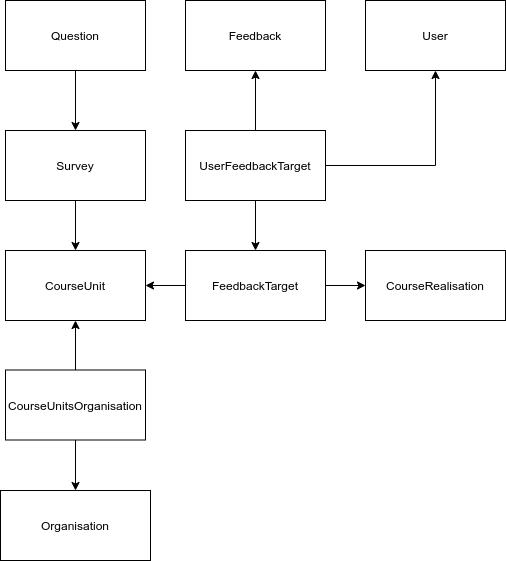
Before: database_schema.png, a diagram exported from draw.io (UniversityOfHelsinkiCS/palaute). Source tidied: cells renumbered, new cells last; positions are measured from the earlier drawing's top-left corner, leaving out a move shared by most shapes.
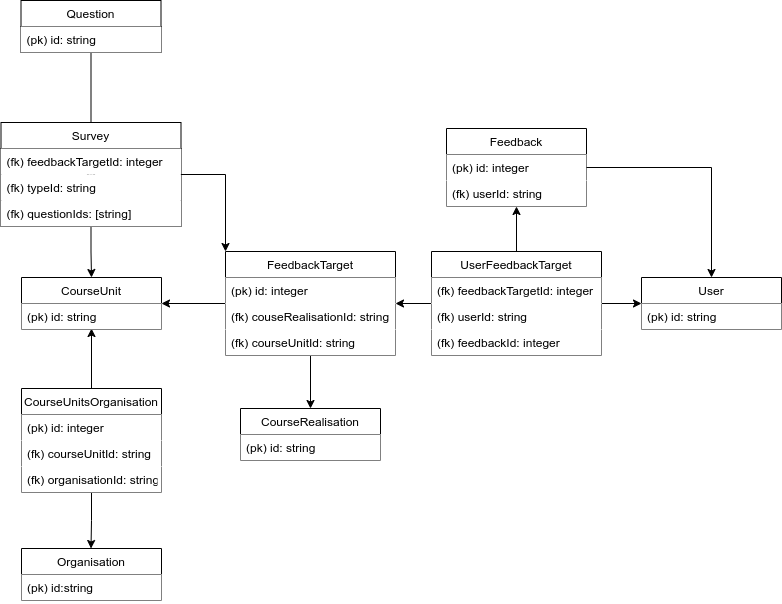
After the change.

Commit message:
upgraded db schema

What changed in the source:
```diff
@@ -2,62 +2,135 @@
   <root>
     <mxCell id="0" />
     <mxCell id="1" parent="0" />
+    <mxCell id="6" style="edgeStyle=orthogonalEdgeStyle;rounded=0;orthogonalLoop=1;jettySize=auto;html=1;exitX=0.5;exitY=1;exitDx=0;exitDy=0;entryX=0.5;entryY=0;entryDx=0;entryDy=0;" parent="1" edge="1">
+      <mxGeometry relative="1" as="geometry">
+        <mxPoint x="74.5" y="34" as="sourcePoint" />
+        <mxPoint x="74.5" y="164" as="targetPoint" />
+      </mxGeometry>
+    </mxCell>
+    <mxCell id="17" style="edgeStyle=orthogonalEdgeStyle;rounded=0;jettySize=auto;html=1;exitX=0.5;exitY=0;exitDx=0;exitDy=0;entryX=0.5;entryY=0.962;entryDx=0;entryDy=0;entryPerimeter=0;" parent="1" edge="1" target="26">
+      <mxGeometry relative="1" as="geometry">
+        <mxPoint x="75" y="369.5" as="sourcePoint" />
+      </mxGeometry>
+    </mxCell>
+    <mxCell id="18" style="edgeStyle=orthogonalEdgeStyle;rounded=0;jettySize=auto;html=1;exitX=0.5;exitY=1;exitDx=0;exitDy=0;entryX=0.5;entryY=0;entryDx=0;entryDy=0;" parent="1" edge="1" source="19">
+      <mxGeometry relative="1" as="geometry">
+        <mxPoint x="74.5" y="530" as="targetPoint" />
+      </mxGeometry>
+    </mxCell>
+    <mxCell id="5" value="Organisation" style="swimlane;fontStyle=0;horizontal=1;startSize=26;fillColor=white;" parent="1" vertex="1">
+      <mxGeometry x="5" y="530" width="140" height="52" as="geometry" />
+    </mxCell>
+    <mxCell id="21" value="(pk) id:string" style="text;strokeColor=none;fillColor=white;align=left;verticalAlign=top;spacingLeft=4;spacingRight=4;overflow=hidden;" parent="5" vertex="1">
+      <mxGeometry y="26" width="140" height="26" as="geometry" />
+    </mxCell>
+    <mxCell id="10" value="User" style="swimlane;fontStyle=0;horizontal=1;startSize=26;fillColor=white;" parent="1" vertex="1">
+      <mxGeometry x="625" y="259" width="140" height="52" as="geometry" />
+    </mxCell>
+    <mxCell id="22" value="(pk) id: string" style="text;strokeColor=none;fillColor=white;align=left;verticalAlign=top;spacingLeft=4;spacingRight=4;overflow=hidden;" parent="10" vertex="1">
+      <mxGeometry y="26" width="140" height="26" as="geometry" />
+    </mxCell>
+    <mxCell id="19" value="CourseUnitsOrganisation" style="swimlane;fontStyle=0;horizontal=1;startSize=26;fillColor=white;" parent="1" vertex="1">
+      <mxGeometry x="5" y="370" width="140" height="104" as="geometry" />
+    </mxCell>
+    <mxCell id="23" value="(pk) id: integer" style="text;strokeColor=none;fillColor=white;align=left;verticalAlign=top;spacingLeft=4;spacingRight=4;overflow=hidden;" parent="19" vertex="1">
+      <mxGeometry y="26" width="140" height="26" as="geometry" />
+    </mxCell>
+    <mxCell id="24" value="(fk) courseUnitId: string" style="text;strokeColor=none;fillColor=white;align=left;verticalAlign=top;spacingLeft=4;spacingRight=4;overflow=hidden;" parent="19" vertex="1">
+      <mxGeometry y="52" width="140" height="26" as="geometry" />
+    </mxCell>
+    <mxCell id="25" value="(fk) organisationId: string" style="text;strokeColor=none;fillColor=white;align=left;verticalAlign=top;spacingLeft=4;spacingRight=4;overflow=hidden;" parent="19" vertex="1">
+      <mxGeometry y="78" width="140" height="26" as="geometry" />
+    </mxCell>
+    <mxCell id="20" value="CourseUnit" style="swimlane;fontStyle=0;horizontal=1;startSize=26;fillColor=white;" parent="1" vertex="1">
+      <mxGeometry x="5" y="259" width="140" height="52" as="geometry" />
+    </mxCell>
+    <mxCell id="26" value="(pk) id: string" style="text;strokeColor=none;fillColor=white;align=left;verticalAlign=top;spacingLeft=4;spacingRight=4;overflow=hidden;points=[[0,0.5],[1,0.5]];portConstraint=eastwest;" parent="20" vertex="1">
+      <mxGeometry y="26" width="140" height="26" as="geometry" />
+    </mxCell>
+    <mxCell id="8" style="edgeStyle=orthogonalEdgeStyle;rounded=0;jettySize=auto;html=1;exitX=0.5;exitY=1;exitDx=0;exitDy=0;entryX=0.5;entryY=0;entryDx=0;entryDy=0;" parent="1" edge="1" source="9" target="20">
+      <mxGeometry relative="1" as="geometry" />
+    </mxCell>
+    <mxCell id="27" style="edgeStyle=orthogonalEdgeStyle;rounded=0;jettySize=auto;html=1;exitX=1;exitY=0.5;exitDx=0;exitDy=0;entryX=0;entryY=0;entryDx=0;entryDy=0;" parent="1" edge="1" source="9" target="4">
+      <mxGeometry relative="1" as="geometry" />
+    </mxCell>
+    <mxCell id="9" value="Survey" style="swimlane;fontStyle=0;horizontal=1;startSize=26;fillColor=white;" parent="1" vertex="1">
+      <mxGeometry x="-15.5" y="104" width="180" height="104" as="geometry" />
+    </mxCell>
+    <mxCell id="28" value="(fk) feedbackTargetId: integer" style="text;strokeColor=none;fillColor=white;align=left;verticalAlign=top;spacingLeft=4;spacingRight=4;overflow=hidden;points=[[0,0.5],[1,0.5]];portConstraint=eastwest;" parent="9" vertex="1">
+      <mxGeometry y="26" width="180" height="26" as="geometry" />
+    </mxCell>
+    <mxCell id="29" value="(fk) typeId: string" style="text;strokeColor=none;fillColor=white;align=left;verticalAlign=top;spacingLeft=4;spacingRight=4;overflow=hidden;" parent="9" vertex="1">
+      <mxGeometry y="52" width="180" height="26" as="geometry" />
+    </mxCell>
+    <mxCell id="30" style="edgeStyle=orthogonalEdgeStyle;rounded=0;orthogonalLoop=1;jettySize=auto;html=1;exitX=1;exitY=0.5;exitDx=0;exitDy=0;" parent="9" edge="1" source="28" target="28">
+      <mxGeometry relative="1" as="geometry" />
+    </mxCell>
+    <mxCell id="31" value="(fk) questionIds: [string]" style="text;strokeColor=none;fillColor=white;align=left;verticalAlign=top;spacingLeft=4;spacingRight=4;overflow=hidden;" parent="9" vertex="1">
+      <mxGeometry y="78" width="180" height="26" as="geometry" />
+    </mxCell>
+    <mxCell id="7" value="Question" style="swimlane;fontStyle=0;horizontal=1;startSize=26;fillColor=white;" parent="1" vertex="1">
+      <mxGeometry x="4.5" y="-18" width="140" height="52" as="geometry" />
+    </mxCell>
+    <mxCell id="32" value="(pk) id: string" style="text;strokeColor=none;fillColor=white;align=left;verticalAlign=top;spacingLeft=4;spacingRight=4;overflow=hidden;" parent="7" vertex="1">
+      <mxGeometry y="26" width="140" height="26" as="geometry" />
+    </mxCell>
     <mxCell id="2" style="edgeStyle=orthogonalEdgeStyle;rounded=0;jettySize=auto;html=1;exitX=0;exitY=0.5;exitDx=0;exitDy=0;entryX=1;entryY=0.5;entryDx=0;entryDy=0;" parent="1" edge="1" source="4" target="20">
       <mxGeometry relative="1" as="geometry" />
     </mxCell>
-    <mxCell id="3" style="edgeStyle=orthogonalEdgeStyle;rounded=0;jettySize=auto;html=1;exitX=1;exitY=0.5;exitDx=0;exitDy=0;entryX=0;entryY=0.5;entryDx=0;entryDy=0;" parent="1" edge="1" source="4" target="16">
+    <mxCell id="3" style="edgeStyle=orthogonalEdgeStyle;rounded=0;jettySize=auto;html=1;exitX=0.5;exitY=1;exitDx=0;exitDy=0;entryX=0.5;entryY=0;entryDx=0;entryDy=0;" parent="1" edge="1" source="4" target="16">
       <mxGeometry relative="1" as="geometry" />
     </mxCell>
-    <mxCell id="4" value="FeedbackTarget" style="rounded=0;whiteSpace=wrap;html=1;" parent="1" vertex="1">
-      <mxGeometry x="185" y="250" width="140" height="70" as="geometry" />
+    <mxCell id="4" value="FeedbackTarget" style="swimlane;fontStyle=0;horizontal=1;startSize=26;fillColor=white;" parent="1" vertex="1">
+      <mxGeometry x="209" y="233" width="170" height="104" as="geometry" />
     </mxCell>
-    <mxCell id="5" value="Organisation" style="rounded=0;whiteSpace=wrap;html=1;" parent="1" vertex="1">
-      <mxGeometry y="490" width="150" height="70" as="geometry" />
-    </mxCell>
-    <mxCell id="6" style="edgeStyle=orthogonalEdgeStyle;rounded=0;jettySize=auto;html=1;exitX=0.5;exitY=1;exitDx=0;exitDy=0;entryX=0.5;entryY=0;entryDx=0;entryDy=0;" parent="1" edge="1" source="7" target="9">
-      <mxGeometry relative="1" as="geometry" />
-    </mxCell>
-    <mxCell id="7" value="Question" style="rounded=0;whiteSpace=wrap;html=1;" parent="1" vertex="1">
-      <mxGeometry x="5" width="140" height="70" as="geometry" />
-    </mxCell>
-    <mxCell id="8" style="edgeStyle=orthogonalEdgeStyle;rounded=0;jettySize=auto;html=1;exitX=0.5;exitY=1;exitDx=0;exitDy=0;entryX=0.5;entryY=0;entryDx=0;entryDy=0;" parent="1" edge="1" source="9" target="20">
-      <mxGeometry relative="1" as="geometry" />
-    </mxCell>
-    <mxCell id="9" value="Survey" style="whiteSpace=wrap;html=1;" parent="1" vertex="1">
-      <mxGeometry x="5" y="130" width="140" height="70" as="geometry" />
-    </mxCell>
-    <mxCell id="10" value="User" style="whiteSpace=wrap;html=1;" parent="1" vertex="1">
-      <mxGeometry x="365" width="140" height="70" as="geometry" />
-    </mxCell>
+    <mxCell id="33" value="(pk) id: integer" style="text;strokeColor=none;fillColor=white;align=left;verticalAlign=top;spacingLeft=4;spacingRight=4;overflow=hidden;" parent="4" vertex="1">
+      <mxGeometry y="26" width="170" height="26" as="geometry" />
+    </mxCell>
+    <mxCell id="34" value="(fk) couseRealisationId: string" style="text;strokeColor=none;fillColor=white;align=left;verticalAlign=top;spacingLeft=4;spacingRight=4;overflow=hidden;" parent="4" vertex="1">
+      <mxGeometry y="52" width="170" height="26" as="geometry" />
+    </mxCell>
+    <mxCell id="35" value="(fk) courseUnitId: string" style="text;strokeColor=none;fillColor=white;align=left;verticalAlign=top;spacingLeft=4;spacingRight=4;overflow=hidden;" parent="4" vertex="1">
+      <mxGeometry y="78" width="170" height="26" as="geometry" />
+    </mxCell>
+    <mxCell id="16" value="CourseRealisation" style="swimlane;fontStyle=0;horizontal=1;startSize=26;fillColor=white;" parent="1" vertex="1">
+      <mxGeometry x="224" y="390" width="140" height="52" as="geometry" />
+    </mxCell>
+    <mxCell id="36" value="(pk) id: string" style="text;strokeColor=none;fillColor=white;align=left;verticalAlign=top;spacingLeft=4;spacingRight=4;overflow=hidden;" parent="16" vertex="1">
+      <mxGeometry y="26" width="140" height="26" as="geometry" />
+    </mxCell>
     <mxCell id="11" style="edgeStyle=orthogonalEdgeStyle;rounded=0;jettySize=auto;html=1;exitX=0.5;exitY=0;exitDx=0;exitDy=0;entryX=0.5;entryY=1;entryDx=0;entryDy=0;" parent="1" edge="1" source="14" target="15">
       <mxGeometry relative="1" as="geometry" />
     </mxCell>
+    <mxCell id="13" style="edgeStyle=orthogonalEdgeStyle;rounded=0;jettySize=auto;html=1;exitX=1;exitY=0.5;exitDx=0;exitDy=0;entryX=0;entryY=0.5;entryDx=0;entryDy=0;" parent="1" edge="1" source="14" target="10">
+      <mxGeometry relative="1" as="geometry" />
+    </mxCell>
-    <mxCell id="12" style="edgeStyle=orthogonalEdgeStyle;rounded=0;jettySize=auto;html=1;exitX=0.5;exitY=1;exitDx=0;exitDy=0;entryX=0.5;entryY=0;entryDx=0;entryDy=0;" parent="1" edge="1" source="14" target="4">
+    <mxCell id="12" style="edgeStyle=orthogonalEdgeStyle;rounded=0;jettySize=auto;html=1;exitX=0;exitY=0.5;exitDx=0;exitDy=0;entryX=1;entryY=0.5;entryDx=0;entryDy=0;" parent="1" edge="1" source="14" target="4">
       <mxGeometry relative="1" as="geometry" />
     </mxCell>
-    <mxCell id="13" style="edgeStyle=orthogonalEdgeStyle;rounded=0;jettySize=auto;html=1;exitX=1;exitY=0.5;exitDx=0;exitDy=0;entryX=0.5;entryY=1;entryDx=0;entryDy=0;" parent="1" edge="1" source="14" target="10">
-      <mxGeometry relative="1" as="geometry" />
-    </mxCell>
-    <mxCell id="14" value="UserFeedbackTarget" style="whiteSpace=wrap;html=1;" parent="1" vertex="1">
-      <mxGeometry x="185" y="130" width="140" height="70" as="geometry" />
+    <mxCell id="14" value="UserFeedbackTarget" style="swimlane;fontStyle=0;horizontal=1;startSize=26;fillColor=white;" parent="1" vertex="1">
+      <mxGeometry x="415" y="233" width="170" height="104" as="geometry" />
     </mxCell>
+    <mxCell id="37" value="(fk) feedbackTargetId: integer" style="text;strokeColor=none;fillColor=white;align=left;verticalAlign=top;spacingLeft=4;spacingRight=4;overflow=hidden;" parent="14" vertex="1">
+      <mxGeometry y="26" width="170" height="26" as="geometry" />
+    </mxCell>
+    <mxCell id="38" value="(fk) userId: string" style="text;strokeColor=none;fillColor=white;align=left;verticalAlign=top;spacingLeft=4;spacingRight=4;overflow=hidden;" parent="14" vertex="1">
+      <mxGeometry y="52" width="170" height="26" as="geometry" />
+    </mxCell>
+    <mxCell id="39" value="(fk) feedbackId: integer" style="text;strokeColor=none;fillColor=white;align=left;verticalAlign=top;spacingLeft=4;spacingRight=4;overflow=hidden;" parent="14" vertex="1">
+      <mxGeometry y="78" width="170" height="26" as="geometry" />
+    </mxCell>
-    <mxCell id="15" value="Feedback" style="whiteSpace=wrap;html=1;" parent="1" vertex="1">
-      <mxGeometry x="185" width="140" height="70" as="geometry" />
+    <mxCell id="15" value="Feedback" style="swimlane;fontStyle=0;horizontal=1;startSize=26;fillColor=white;" parent="1" vertex="1">
+      <mxGeometry x="430" y="110" width="140" height="78" as="geometry" />
     </mxCell>
-    <mxCell id="16" value="CourseRealisation" style="whiteSpace=wrap;html=1;" parent="1" vertex="1">
-      <mxGeometry x="365" y="250" width="140" height="70" as="geometry" />
-    </mxCell>
-    <mxCell id="17" style="edgeStyle=orthogonalEdgeStyle;rounded=0;jettySize=auto;html=1;exitX=0.5;exitY=0;exitDx=0;exitDy=0;" parent="1" edge="1" source="19" target="20">
-      <mxGeometry relative="1" as="geometry" />
-    </mxCell>
-    <mxCell id="18" style="edgeStyle=orthogonalEdgeStyle;rounded=0;jettySize=auto;html=1;exitX=0.5;exitY=1;exitDx=0;exitDy=0;entryX=0.5;entryY=0;entryDx=0;entryDy=0;" parent="1" edge="1" source="19" target="5">
-      <mxGeometry relative="1" as="geometry" />
-    </mxCell>
-    <mxCell id="19" value="CourseUnitsOrganisation" style="whiteSpace=wrap;html=1;" parent="1" vertex="1">
-      <mxGeometry x="5" y="369.5" width="140" height="70" as="geometry" />
-    </mxCell>
-    <mxCell id="20" value="CourseUnit" style="whiteSpace=wrap;html=1;" parent="1" vertex="1">
-      <mxGeometry x="5" y="250" width="140" height="70" as="geometry" />
-    </mxCell>
+    <mxCell id="40" value="(pk) id: integer" style="text;strokeColor=none;fillColor=white;align=left;verticalAlign=top;spacingLeft=4;spacingRight=4;overflow=hidden;points=[[0,0.5],[1,0.5]];portConstraint=eastwest;" parent="15" vertex="1">
+      <mxGeometry y="26" width="140" height="26" as="geometry" />
+    </mxCell>
+    <mxCell id="41" value="(fk) userId: string" style="text;strokeColor=none;fillColor=white;align=left;verticalAlign=top;spacingLeft=4;spacingRight=4;overflow=hidden;" parent="15" vertex="1">
+      <mxGeometry y="52" width="140" height="26" as="geometry" />
+    </mxCell>
+    <mxCell id="42" style="edgeStyle=orthogonalEdgeStyle;rounded=0;jettySize=auto;html=1;exitX=1;exitY=0.5;exitDx=0;exitDy=0;entryX=0.5;entryY=0;entryDx=0;entryDy=0;" parent="1" edge="1" source="40" target="10">
+      <mxGeometry relative="1" as="geometry" />
+    </mxCell>
   </root>
 </mxGraphModel>
```
